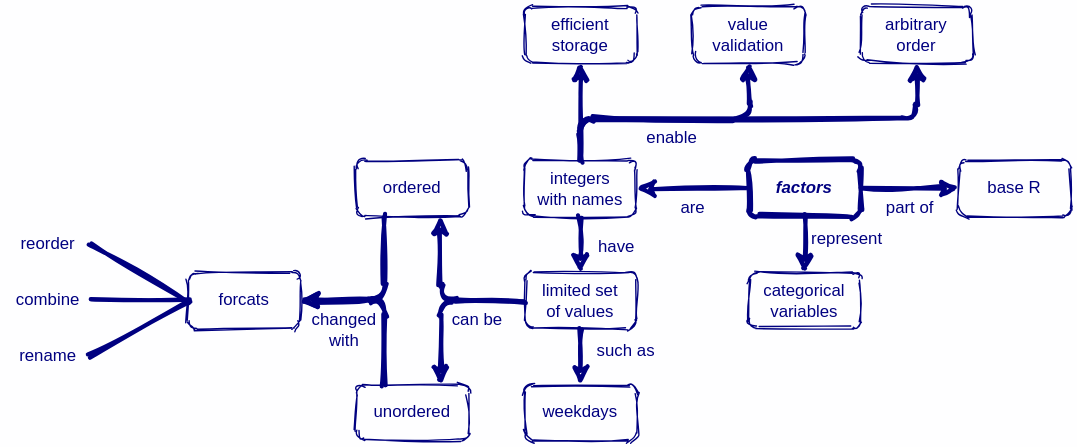
Earlier version of the draw.io export en/factors.svg (rstudio/concept-maps). Source tidied: cells renumbered, new cells last; positions are measured from the earlier drawing's top-left corner, leaving out a move shared by most shapes.
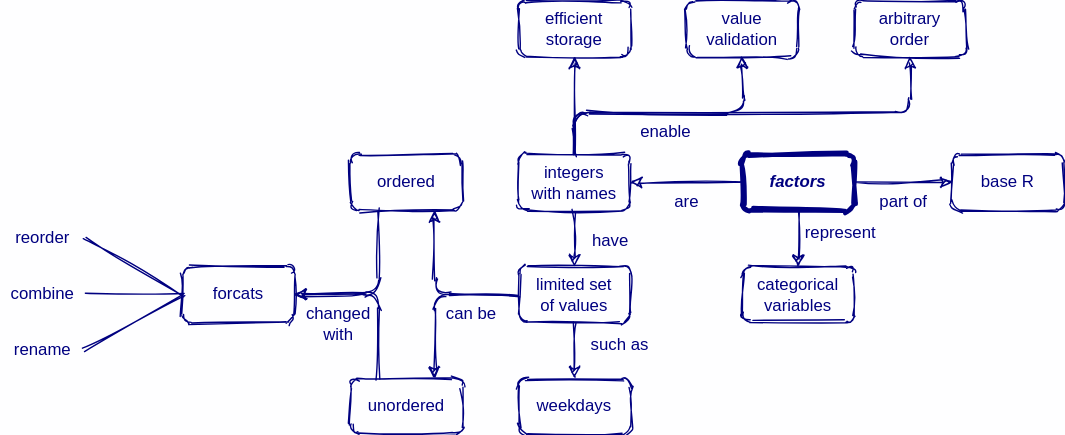
The same file after the commit.

What changed in the source:
```diff
@@ -2,35 +2,35 @@
   <root>
     <mxCell id="0" />
     <mxCell id="1" parent="0" />
-    <mxCell id="2" value="have" style="endArrow=classic;html=1;strokeWidth=3;verticalAlign=middle;fontSize=12;labelBackgroundColor=none;fontFamily=Helvetica;align=left;exitX=0.5;exitY=1;exitDx=0;exitDy=0;entryX=0.5;entryY=0;entryDx=0;entryDy=0;sketch=1;fontColor=#000080;strokeColor=#000080;" parent="1" edge="1" source="13" target="14">
+    <mxCell id="2" value="have" style="endArrow=classic;html=1;strokeWidth=1;verticalAlign=middle;fontSize=12;labelBackgroundColor=none;fontFamily=Helvetica;align=left;exitX=0.5;exitY=1;exitDx=0;exitDy=0;entryX=0.5;entryY=0;entryDx=0;entryDy=0;sketch=1;fontColor=#000080;strokeColor=#000080;" parent="1" edge="1" source="13" target="14">
       <mxGeometry x="0.08" y="10" relative="1" as="geometry">
         <mxPoint x="1" as="offset" />
       </mxGeometry>
     </mxCell>
-    <mxCell id="3" value="such as" style="endArrow=classic;html=1;strokeWidth=3;verticalAlign=middle;fontSize=12;labelBackgroundColor=none;fontFamily=Helvetica;align=left;exitX=0.5;exitY=1;exitDx=0;exitDy=0;entryX=0.5;entryY=0;entryDx=0;entryDy=0;sketch=1;fontColor=#000080;strokeColor=#000080;" parent="1" edge="1" source="14" target="15">
+    <mxCell id="3" value="such as" style="endArrow=classic;html=1;strokeWidth=1;verticalAlign=middle;fontSize=12;labelBackgroundColor=none;fontFamily=Helvetica;align=left;exitX=0.5;exitY=1;exitDx=0;exitDy=0;entryX=0.5;entryY=0;entryDx=0;entryDy=0;sketch=1;fontColor=#000080;strokeColor=#000080;" parent="1" edge="1" source="14" target="15">
       <mxGeometry x="-0.2" y="10" relative="1" as="geometry" />
     </mxCell>
-    <mxCell id="4" value="are" style="endArrow=classic;html=1;strokeWidth=3;verticalAlign=top;fontSize=12;labelBackgroundColor=none;fontFamily=Helvetica;align=center;exitX=0;exitY=0.5;exitDx=0;exitDy=0;entryX=1;entryY=0.5;entryDx=0;entryDy=0;sketch=1;fontColor=#000080;strokeColor=#000080;" parent="1" edge="1" source="12" target="13">
+    <mxCell id="4" value="are" style="endArrow=classic;html=1;strokeWidth=1;verticalAlign=top;fontSize=12;labelBackgroundColor=none;fontFamily=Helvetica;align=center;exitX=0;exitY=0.5;exitDx=0;exitDy=0;entryX=1;entryY=0.5;entryDx=0;entryDy=0;sketch=1;fontColor=#000080;strokeColor=#000080;" parent="1" edge="1" source="12" target="13">
       <mxGeometry relative="1" as="geometry" />
     </mxCell>
-    <mxCell id="5" style="endArrow=classic;html=1;strokeWidth=3;verticalAlign=top;fontSize=12;labelBackgroundColor=none;fontFamily=Helvetica;align=center;exitX=0.5;exitY=0;exitDx=0;exitDy=0;entryX=0.5;entryY=1;entryDx=0;entryDy=0;sketch=1;fontColor=#000080;strokeColor=#000080;" parent="1" edge="1" source="13" target="18">
+    <mxCell id="5" style="endArrow=classic;html=1;strokeWidth=1;verticalAlign=top;fontSize=12;labelBackgroundColor=none;fontFamily=Helvetica;align=center;exitX=0.5;exitY=0;exitDx=0;exitDy=0;entryX=0.5;entryY=1;entryDx=0;entryDy=0;sketch=1;fontColor=#000080;strokeColor=#000080;" parent="1" edge="1" source="13" target="18">
       <mxGeometry relative="1" as="geometry" />
     </mxCell>
-    <mxCell id="6" value="can be" style="endArrow=classic;html=1;strokeWidth=3;verticalAlign=top;fontSize=12;labelBackgroundColor=none;fontFamily=Helvetica;align=center;exitX=0;exitY=0.5;exitDx=0;exitDy=0;entryX=0.75;entryY=1;entryDx=0;entryDy=0;sketch=1;fontColor=#000080;strokeColor=#000080;" parent="1" edge="1" source="14" target="27">
+    <mxCell id="6" value="can be" style="endArrow=classic;html=1;strokeWidth=1;verticalAlign=top;fontSize=12;labelBackgroundColor=none;fontFamily=Helvetica;align=center;exitX=0;exitY=0.5;exitDx=0;exitDy=0;entryX=0.75;entryY=1;entryDx=0;entryDy=0;sketch=1;fontColor=#000080;strokeColor=#000080;" parent="1" edge="1" source="14" target="27">
       <mxGeometry x="-0.43" relative="1" as="geometry">
         <Array as="points">
           <mxPoint x="310" y="210" />
         </Array>
       </mxGeometry>
     </mxCell>
-    <mxCell id="7" style="endArrow=classic;html=1;strokeWidth=3;verticalAlign=top;fontSize=12;labelBackgroundColor=none;fontFamily=Helvetica;align=center;entryX=0.75;entryY=0;entryDx=0;entryDy=0;exitX=0;exitY=0.5;exitDx=0;exitDy=0;sketch=1;fontColor=#000080;strokeColor=#000080;" parent="1" edge="1" source="14" target="28">
+    <mxCell id="7" style="endArrow=classic;html=1;strokeWidth=1;verticalAlign=top;fontSize=12;labelBackgroundColor=none;fontFamily=Helvetica;align=center;entryX=0.75;entryY=0;entryDx=0;entryDy=0;exitX=0;exitY=0.5;exitDx=0;exitDy=0;sketch=1;fontColor=#000080;strokeColor=#000080;" parent="1" edge="1" source="14" target="28">
       <mxGeometry relative="1" as="geometry">
         <Array as="points">
           <mxPoint x="310" y="210" />
         </Array>
       </mxGeometry>
     </mxCell>
-    <mxCell id="8" value="enable" style="endArrow=classic;html=1;strokeWidth=3;verticalAlign=top;fontSize=12;labelBackgroundColor=none;fontFamily=Helvetica;align=center;entryX=0.5;entryY=1;entryDx=0;entryDy=0;sketch=1;fontColor=#000080;strokeColor=#000080;" parent="1" edge="1" target="16">
+    <mxCell id="8" value="enable" style="endArrow=classic;html=1;strokeWidth=1;verticalAlign=top;fontSize=12;labelBackgroundColor=none;fontFamily=Helvetica;align=center;entryX=0.5;entryY=1;entryDx=0;entryDy=0;sketch=1;fontColor=#000080;strokeColor=#000080;" parent="1" edge="1" target="16">
       <mxGeometry relative="1" as="geometry">
         <mxPoint x="410" y="110" as="sourcePoint" />
         <Array as="points">
@@ -39,19 +39,19 @@
         </Array>
       </mxGeometry>
     </mxCell>
-    <mxCell id="9" style="endArrow=classic;html=1;strokeWidth=3;verticalAlign=top;fontSize=12;labelBackgroundColor=none;fontFamily=Helvetica;align=center;entryX=0.5;entryY=1;entryDx=0;entryDy=0;sketch=1;fontColor=#000080;strokeColor=#000080;" parent="1" edge="1" target="17">
-      <mxGeometry relative="1" as="geometry">
-        <mxPoint x="410" y="110" as="sourcePoint" />
-        <Array as="points">
-          <mxPoint x="410" y="80" />
-          <mxPoint x="650" y="80" />
-        </Array>
-      </mxGeometry>
-    </mxCell>
+    <mxCell id="33" style="endArrow=classic;html=1;strokeWidth=1;verticalAlign=top;fontSize=12;labelBackgroundColor=none;fontFamily=Helvetica;align=center;entryX=0.5;entryY=1;entryDx=0;entryDy=0;sketch=1;fontColor=#000080;strokeColor=#000080;" parent="1" edge="1" target="17">
+      <mxGeometry relative="1" as="geometry">
+        <mxPoint x="410" y="110" as="sourcePoint" />
+        <Array as="points">
+          <mxPoint x="410" y="80" />
+          <mxPoint x="650" y="80" />
+        </Array>
+      </mxGeometry>
+    </mxCell>
-    <mxCell id="10" value="part of" style="endArrow=classic;html=1;strokeWidth=3;verticalAlign=top;fontSize=12;labelBackgroundColor=none;fontFamily=Helvetica;align=center;exitX=1;exitY=0.5;exitDx=0;exitDy=0;entryX=0;entryY=0.5;entryDx=0;entryDy=0;sketch=1;fontColor=#000080;strokeColor=#000080;" parent="1" edge="1" source="12" target="19">
+    <mxCell id="10" value="part of" style="endArrow=classic;html=1;strokeWidth=1;verticalAlign=top;fontSize=12;labelBackgroundColor=none;fontFamily=Helvetica;align=center;exitX=1;exitY=0.5;exitDx=0;exitDy=0;entryX=0;entryY=0.5;entryDx=0;entryDy=0;sketch=1;fontColor=#000080;strokeColor=#000080;" parent="1" edge="1" source="12" target="19">
       <mxGeometry relative="1" as="geometry" />
     </mxCell>
-    <mxCell id="11" value="represent" style="endArrow=classic;html=1;strokeWidth=3;verticalAlign=middle;fontSize=12;labelBackgroundColor=none;fontFamily=Helvetica;align=center;entryX=0.5;entryY=0;entryDx=0;entryDy=0;exitX=0.5;exitY=1;exitDx=0;exitDy=0;sketch=1;fontColor=#000080;strokeColor=#000080;" parent="1" edge="1" source="12" target="20">
+    <mxCell id="11" value="represent" style="endArrow=classic;html=1;strokeWidth=1;verticalAlign=middle;fontSize=12;labelBackgroundColor=none;fontFamily=Helvetica;align=center;entryX=0.5;entryY=0;entryDx=0;entryDy=0;exitX=0.5;exitY=1;exitDx=0;exitDy=0;sketch=1;fontColor=#000080;strokeColor=#000080;" parent="1" edge="1" source="12" target="20">
       <mxGeometry x="-0.2" y="30" relative="1" as="geometry" />
     </mxCell>
     <mxCell id="12" value="&lt;b style=&quot;font-size: 12px&quot;&gt;&lt;i style=&quot;font-size: 12px&quot;&gt;factors&lt;/i&gt;&lt;/b&gt;" style="rounded=1;whiteSpace=wrap;html=1;strokeWidth=3;fontSize=12;fontFamily=Helvetica;fillColor=none;labelBackgroundColor=none;sketch=1;fontColor=#000080;strokeColor=#000080;" parent="1" vertex="1">
@@ -81,22 +81,22 @@
     <mxCell id="20" value="categorical&lt;br&gt;variables" style="rounded=1;whiteSpace=wrap;html=1;fontSize=12;fontFamily=Helvetica;fillColor=none;labelBackgroundColor=none;sketch=1;fontColor=#000080;strokeColor=#000080;" parent="1" vertex="1">
       <mxGeometry x="530" y="190" width="80" height="40" as="geometry" />
     </mxCell>
-    <mxCell id="21" style="endArrow=classic;html=1;strokeWidth=3;verticalAlign=top;fontSize=12;labelBackgroundColor=none;fontFamily=Helvetica;align=center;entryX=1;entryY=0.5;entryDx=0;entryDy=0;exitX=0.25;exitY=1;exitDx=0;exitDy=0;sketch=1;fontColor=#000080;strokeColor=#000080;" parent="1" edge="1" source="27" target="29">
+    <mxCell id="21" style="endArrow=classic;html=1;strokeWidth=1;verticalAlign=top;fontSize=12;labelBackgroundColor=none;fontFamily=Helvetica;align=center;entryX=1;entryY=0.5;entryDx=0;entryDy=0;exitX=0.25;exitY=1;exitDx=0;exitDy=0;sketch=1;fontColor=#000080;strokeColor=#000080;" parent="1" edge="1" source="27" target="29">
       <mxGeometry relative="1" as="geometry">
         <Array as="points">
           <mxPoint x="270" y="210" />
         </Array>
       </mxGeometry>
     </mxCell>
-    <mxCell id="22" style="endArrow=classic;html=1;strokeWidth=3;verticalAlign=top;fontSize=12;labelBackgroundColor=none;fontFamily=Helvetica;align=center;exitX=0.25;exitY=0;exitDx=0;exitDy=0;sketch=1;fontColor=#000080;strokeColor=#000080;" parent="1" edge="1" source="28">
-      <mxGeometry relative="1" as="geometry">
-        <mxPoint x="210" y="210" as="targetPoint" />
-        <Array as="points">
-          <mxPoint x="270" y="210" />
-        </Array>
-      </mxGeometry>
-    </mxCell>
+    <mxCell id="34" style="endArrow=classic;html=1;strokeWidth=1;verticalAlign=top;fontSize=12;labelBackgroundColor=none;fontFamily=Helvetica;align=center;exitX=0.25;exitY=0;exitDx=0;exitDy=0;sketch=1;fontColor=#000080;strokeColor=#000080;" parent="1" edge="1" source="28">
+      <mxGeometry relative="1" as="geometry">
+        <mxPoint x="210" y="210" as="targetPoint" />
+        <Array as="points">
+          <mxPoint x="270" y="210" />
+        </Array>
+      </mxGeometry>
+    </mxCell>
-    <mxCell id="23" value="changed&lt;br&gt;with" style="edgeLabel;html=1;align=center;verticalAlign=middle;fontSize=12;labelBackgroundColor=none;sketch=1;fontColor=#000080;" parent="22" vertex="1">
+    <mxCell id="23" value="changed&lt;br&gt;with" style="edgeLabel;html=1;align=center;verticalAlign=middle;fontSize=12;labelBackgroundColor=none;sketch=1;fontColor=#000080;" parent="34" vertex="1">
       <mxGeometry x="-0.35" y="2" relative="1" as="geometry">
         <mxPoint x="-28" y="-1" as="offset" />
       </mxGeometry>
@@ -119,18 +119,18 @@
     <mxCell id="29" value="forcats" style="rounded=1;whiteSpace=wrap;html=1;fontSize=12;fontFamily=Helvetica;fillColor=none;labelBackgroundColor=none;sketch=1;fontColor=#000080;strokeColor=#000080;" parent="1" vertex="1">
       <mxGeometry x="130" y="190" width="80" height="40" as="geometry" />
     </mxCell>
-    <mxCell id="30" style="endArrow=none;html=1;exitX=1;exitY=0.5;exitDx=0;exitDy=0;entryX=0;entryY=0.5;entryDx=0;entryDy=0;strokeWidth=3;sketch=1;fontColor=#000080;strokeColor=#000080;" parent="1" edge="1" source="24" target="29">
+    <mxCell id="30" style="endArrow=none;html=1;exitX=1;exitY=0.5;exitDx=0;exitDy=0;entryX=0;entryY=0.5;entryDx=0;entryDy=0;strokeWidth=1;sketch=1;fontColor=#000080;strokeColor=#000080;" parent="1" edge="1" source="24" target="29">
       <mxGeometry relative="1" as="geometry" />
     </mxCell>
-    <mxCell id="31" style="endArrow=none;html=1;exitX=1;exitY=0.5;exitDx=0;exitDy=0;strokeWidth=3;sketch=1;fontColor=#000080;strokeColor=#000080;" parent="1" edge="1" source="25">
-      <mxGeometry relative="1" as="geometry">
-        <mxPoint x="130" y="210" as="targetPoint" />
-      </mxGeometry>
-    </mxCell>
-    <mxCell id="32" style="endArrow=none;html=1;exitX=1;exitY=0.5;exitDx=0;exitDy=0;strokeWidth=3;sketch=1;fontColor=#000080;strokeColor=#000080;" parent="1" edge="1" source="26">
-      <mxGeometry relative="1" as="geometry">
-        <mxPoint x="130" y="210" as="targetPoint" />
-      </mxGeometry>
-    </mxCell>
+    <mxCell id="35" style="endArrow=none;html=1;exitX=1;exitY=0.5;exitDx=0;exitDy=0;strokeWidth=1;sketch=1;fontColor=#000080;strokeColor=#000080;" parent="1" edge="1" source="25">
+      <mxGeometry relative="1" as="geometry">
+        <mxPoint x="130" y="210" as="targetPoint" />
+      </mxGeometry>
+    </mxCell>
+    <mxCell id="36" style="endArrow=none;html=1;exitX=1;exitY=0.5;exitDx=0;exitDy=0;strokeWidth=1;sketch=1;fontColor=#000080;strokeColor=#000080;" parent="1" edge="1" source="26">
+      <mxGeometry relative="1" as="geometry">
+        <mxPoint x="130" y="210" as="targetPoint" />
+      </mxGeometry>
+    </mxCell>
   </root>
 </mxGraphModel>
```
